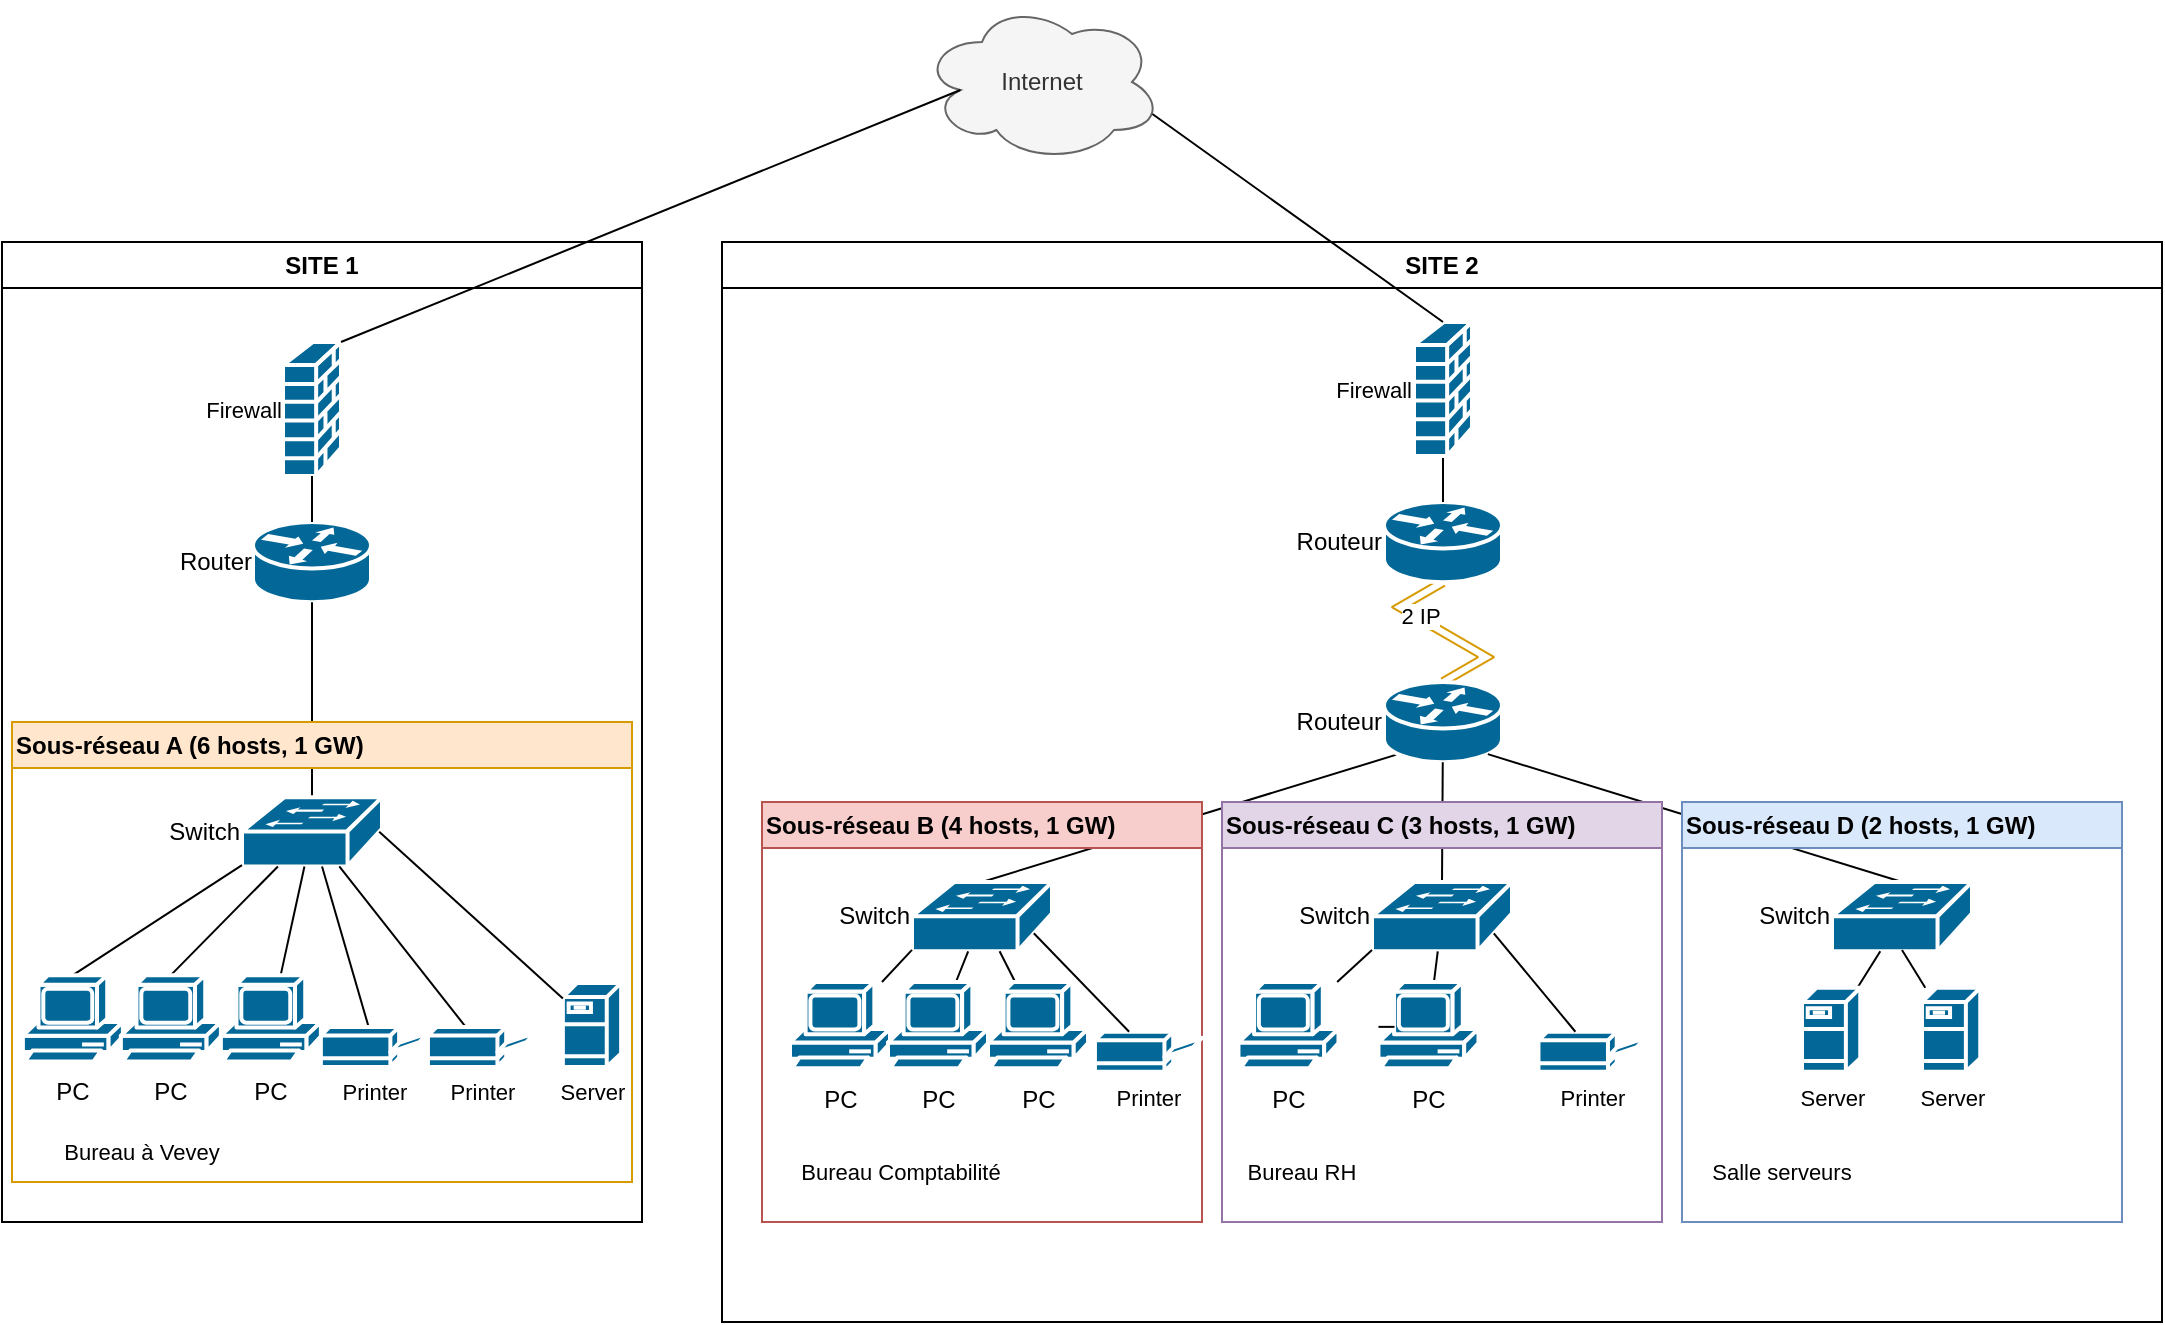
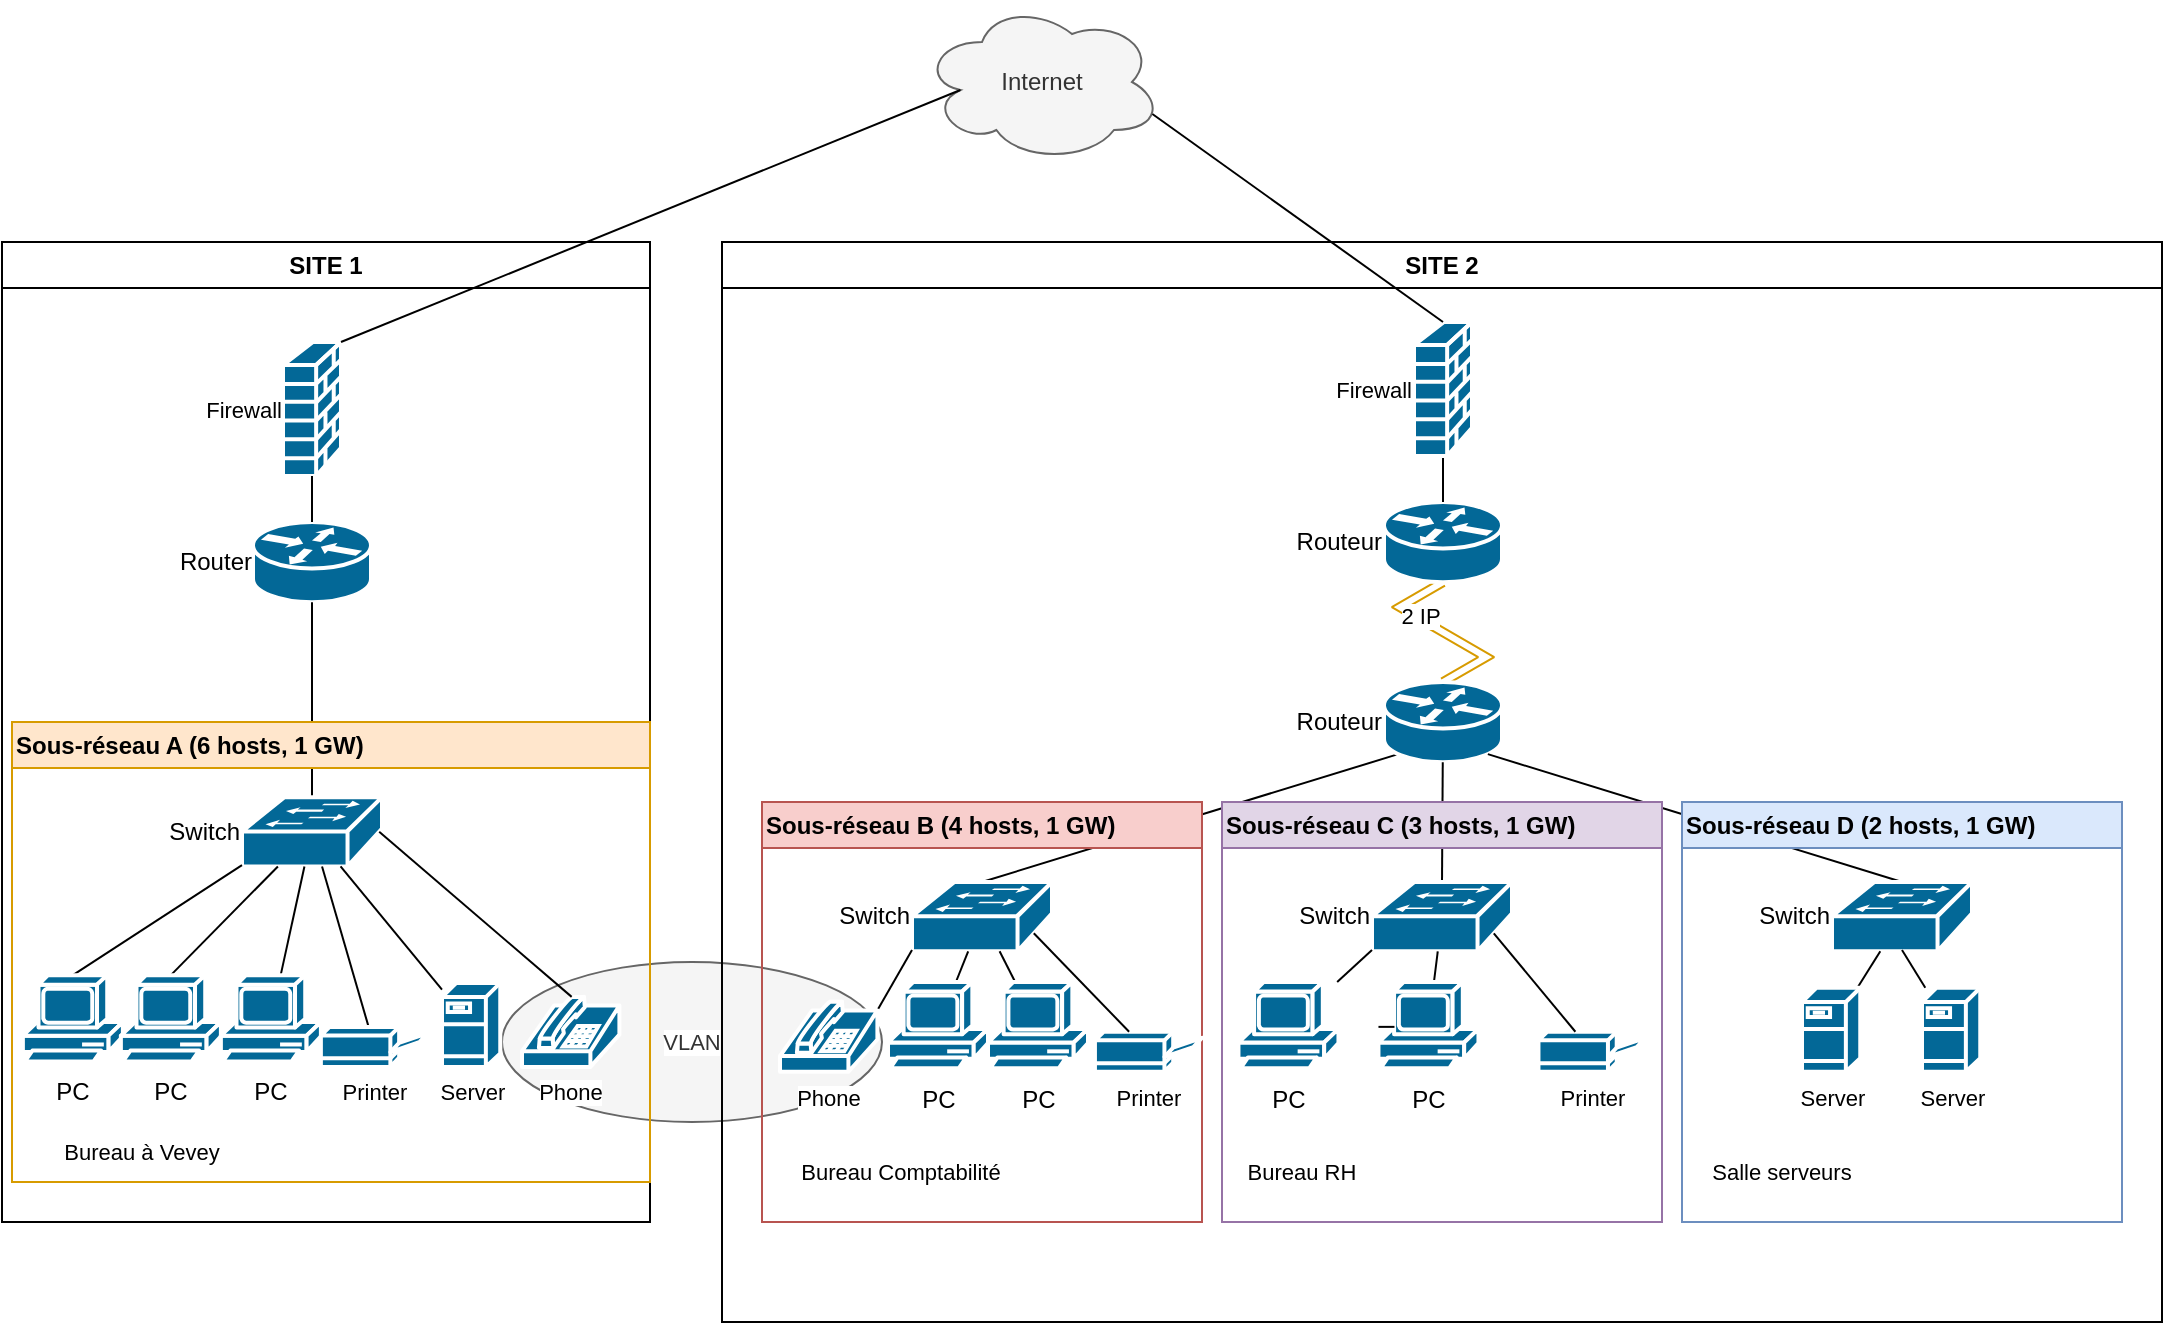
<mxfile host="app.diagrams.net">
  <diagram name="Page-1" id="ekn4VuCVdfrbBKzGEbSc">
-     <mxGraphModel dx="1768" dy="870" grid="1" gridSize="10" guides="1" tooltips="1" connect="1" arrows="1" fold="1" page="1" pageScale="1" pageWidth="827" pageHeight="1169" math="0" shadow="0">
+     <mxGraphModel dx="2175" dy="1071" grid="1" gridSize="10" guides="1" tooltips="1" connect="1" arrows="1" fold="1" page="1" pageScale="1" pageWidth="827" pageHeight="1169" math="0" shadow="0">
      <root>
        <mxCell id="0" />
        <mxCell id="1" parent="0" />
        <mxCell id="f7Ks8EoNQ2PZTetNXwv1-2496" parent="1" style="ellipse;shape=cloud;whiteSpace=wrap;html=1;fillColor=#f5f5f5;fontColor=#333333;strokeColor=#666666;" value="Internet" vertex="1">
          <mxGeometry height="80" width="120" x="730" y="90" as="geometry" />
        </mxCell>
+         <mxCell id="mVMcnRNJooNBmQ9YAk_B-110" parent="1" style="ellipse;whiteSpace=wrap;html=1;fontFamily=Helvetica;fontSize=11;labelBackgroundColor=default;fillColor=#f5f5f5;strokeColor=#666666;fontColor=#333333;" value="VLAN" vertex="1">
+           <mxGeometry height="80" width="190" x="520" y="570" as="geometry" />
+         </mxCell>
        <mxCell id="f7Ks8EoNQ2PZTetNXwv1-2497" parent="1" style="swimlane;whiteSpace=wrap;html=1;startSize=23;" value="SITE 1" vertex="1">
-           <mxGeometry height="490" width="320" x="270" y="210" as="geometry" />
+           <mxGeometry height="490" width="324" x="270" y="210" as="geometry" />
        </mxCell>
        <mxCell id="f7Ks8EoNQ2PZTetNXwv1-2548" parent="f7Ks8EoNQ2PZTetNXwv1-2497" style="strokeColor=#ffffff;sketch=0;html=1;pointerEvents=1;dashed=0;fillColor=#036897;strokeWidth=2;verticalLabelPosition=middle;verticalAlign=middle;align=right;outlineConnect=0;shape=mxgraph.cisco.routers.router;labelBackgroundColor=none;labelPosition=left;" value="Router" vertex="1">
          <mxGeometry height="40.09" width="59" x="125.5" y="140" as="geometry" />
        </mxCell>
        <mxCell id="f7Ks8EoNQ2PZTetNXwv1-2555" edge="1" parent="f7Ks8EoNQ2PZTetNXwv1-2497" source="mVMcnRNJooNBmQ9YAk_B-56" style="edgeStyle=orthogonalEdgeStyle;rounded=0;orthogonalLoop=1;jettySize=auto;html=1;entryX=0.5;entryY=1;entryDx=0;entryDy=0;entryPerimeter=0;endArrow=none;endFill=0;" target="f7Ks8EoNQ2PZTetNXwv1-2548">
          <mxGeometry relative="1" as="geometry">
            <mxPoint x="160.0666666666666" y="130" as="sourcePoint" />
          </mxGeometry>
        </mxCell>
        <mxCell id="mVMcnRNJooNBmQ9YAk_B-55" parent="f7Ks8EoNQ2PZTetNXwv1-2497" style="swimlane;whiteSpace=wrap;html=1;align=left;fillColor=#ffe6cc;strokeColor=#d79b00;" value="&lt;div align=&quot;left&quot;&gt;Sous-réseau A (6 hosts, 1 GW)&lt;/div&gt;" vertex="1">
-           <mxGeometry height="230" width="310" x="5" y="240" as="geometry" />
+           <mxGeometry height="230" width="319" x="5" y="240" as="geometry" />
        </mxCell>
        <mxCell id="mVMcnRNJooNBmQ9YAk_B-56" parent="mVMcnRNJooNBmQ9YAk_B-55" style="strokeColor=#ffffff;sketch=0;html=1;pointerEvents=1;dashed=0;fillColor=#036897;strokeWidth=2;verticalLabelPosition=middle;verticalAlign=middle;align=right;outlineConnect=0;shape=mxgraph.cisco.switches.workgroup_switch;labelPosition=left;" value="Switch" vertex="1">
          <mxGeometry height="34.65" width="70" x="115" y="37.57" as="geometry" />
        </mxCell>
        <mxCell id="mVMcnRNJooNBmQ9YAk_B-57" edge="1" parent="mVMcnRNJooNBmQ9YAk_B-55" source="mVMcnRNJooNBmQ9YAk_B-58" style="rounded=0;orthogonalLoop=1;jettySize=auto;html=1;startArrow=none;startFill=0;endArrow=none;endFill=0;entryX=0;entryY=0.98;entryDx=0;entryDy=0;entryPerimeter=0;exitX=0.5;exitY=0;exitDx=0;exitDy=0;exitPerimeter=0;" target="mVMcnRNJooNBmQ9YAk_B-56">
          <mxGeometry relative="1" as="geometry" />
        </mxCell>
        <mxCell id="mVMcnRNJooNBmQ9YAk_B-58" parent="mVMcnRNJooNBmQ9YAk_B-55" style="sketch=0;html=1;pointerEvents=1;dashed=0;fillColor=#036897;strokeColor=#ffffff;strokeWidth=2;verticalLabelPosition=bottom;verticalAlign=top;align=center;outlineConnect=0;shape=mxgraph.cisco.computers_and_peripherals.pc;" value="PC" vertex="1">
          <mxGeometry height="44.87" width="50" x="5.439999999999997" y="126.57" as="geometry" />
        </mxCell>
        <mxCell id="mVMcnRNJooNBmQ9YAk_B-59" edge="1" parent="mVMcnRNJooNBmQ9YAk_B-55" source="mVMcnRNJooNBmQ9YAk_B-60" style="rounded=0;orthogonalLoop=1;jettySize=auto;html=1;endArrow=none;endFill=0;exitX=0.5;exitY=0;exitDx=0;exitDy=0;exitPerimeter=0;" target="mVMcnRNJooNBmQ9YAk_B-56">
          <mxGeometry relative="1" as="geometry" />
        </mxCell>
        <mxCell id="mVMcnRNJooNBmQ9YAk_B-60" parent="mVMcnRNJooNBmQ9YAk_B-55" style="sketch=0;html=1;pointerEvents=1;dashed=0;fillColor=#036897;strokeColor=#ffffff;strokeWidth=2;verticalLabelPosition=bottom;verticalAlign=top;align=center;outlineConnect=0;shape=mxgraph.cisco.computers_and_peripherals.pc;" value="PC" vertex="1">
          <mxGeometry height="44.87" width="50" x="54.44" y="126.57" as="geometry" />
        </mxCell>
        <mxCell id="mVMcnRNJooNBmQ9YAk_B-61" edge="1" parent="mVMcnRNJooNBmQ9YAk_B-55" source="mVMcnRNJooNBmQ9YAk_B-62" style="edgeStyle=none;shape=connector;rounded=0;orthogonalLoop=1;jettySize=auto;html=1;strokeColor=default;align=center;verticalAlign=middle;fontFamily=Helvetica;fontSize=11;fontColor=default;labelBackgroundColor=default;endArrow=none;endFill=0;" target="mVMcnRNJooNBmQ9YAk_B-56">
          <mxGeometry relative="1" as="geometry" />
        </mxCell>
        <mxCell id="mVMcnRNJooNBmQ9YAk_B-62" parent="mVMcnRNJooNBmQ9YAk_B-55" style="sketch=0;html=1;pointerEvents=1;dashed=0;fillColor=#036897;strokeColor=#ffffff;strokeWidth=2;verticalLabelPosition=bottom;verticalAlign=top;align=center;outlineConnect=0;shape=mxgraph.cisco.computers_and_peripherals.pc;" value="PC" vertex="1">
          <mxGeometry height="44.87" width="50" x="104.44" y="126.57" as="geometry" />
        </mxCell>
-         <mxCell id="mVMcnRNJooNBmQ9YAk_B-63" edge="1" parent="mVMcnRNJooNBmQ9YAk_B-55" source="mVMcnRNJooNBmQ9YAk_B-64" style="edgeStyle=none;shape=connector;rounded=0;orthogonalLoop=1;jettySize=auto;html=1;strokeColor=default;align=center;verticalAlign=middle;fontFamily=Helvetica;fontSize=11;fontColor=default;labelBackgroundColor=default;endArrow=none;endFill=0;" target="mVMcnRNJooNBmQ9YAk_B-56">
-           <mxGeometry relative="1" as="geometry" />
-         </mxCell>
-         <mxCell id="mVMcnRNJooNBmQ9YAk_B-64" parent="mVMcnRNJooNBmQ9YAk_B-55" style="sketch=0;html=1;pointerEvents=1;dashed=0;fillColor=#036897;strokeColor=#ffffff;strokeWidth=2;verticalLabelPosition=bottom;verticalAlign=top;align=center;outlineConnect=0;shape=mxgraph.cisco.computers_and_peripherals.printer;fontFamily=Helvetica;fontSize=11;fontColor=default;labelBackgroundColor=default;" value="Printer" vertex="1">
-           <mxGeometry height="20" width="53.53" x="207.96999999999997" y="152.44" as="geometry" />
-         </mxCell>
        <mxCell id="mVMcnRNJooNBmQ9YAk_B-65" edge="1" parent="mVMcnRNJooNBmQ9YAk_B-55" source="mVMcnRNJooNBmQ9YAk_B-66" style="edgeStyle=none;shape=connector;rounded=0;orthogonalLoop=1;jettySize=auto;html=1;strokeColor=default;align=center;verticalAlign=middle;fontFamily=Helvetica;fontSize=11;fontColor=default;labelBackgroundColor=default;endArrow=none;endFill=0;" target="mVMcnRNJooNBmQ9YAk_B-56">
          <mxGeometry relative="1" as="geometry" />
        </mxCell>
        <mxCell id="mVMcnRNJooNBmQ9YAk_B-66" parent="mVMcnRNJooNBmQ9YAk_B-55" style="sketch=0;html=1;pointerEvents=1;dashed=0;fillColor=#036897;strokeColor=#ffffff;strokeWidth=2;verticalLabelPosition=bottom;verticalAlign=top;align=center;outlineConnect=0;shape=mxgraph.cisco.computers_and_peripherals.printer;fontFamily=Helvetica;fontSize=11;fontColor=default;labelBackgroundColor=default;" value="Printer" vertex="1">
          <mxGeometry height="20" width="53.53" x="154.44" y="152.44" as="geometry" />
        </mxCell>
        <mxCell id="mVMcnRNJooNBmQ9YAk_B-67" parent="mVMcnRNJooNBmQ9YAk_B-55" style="strokeColor=#ffffff;sketch=0;html=1;pointerEvents=1;dashed=0;fillColor=#036897;strokeWidth=2;verticalLabelPosition=bottom;verticalAlign=top;align=center;outlineConnect=0;shape=mxgraph.cisco.servers.fileserver;fontFamily=Helvetica;fontSize=11;fontColor=default;labelBackgroundColor=default;" value="Server" vertex="1">
-           <mxGeometry height="42" width="29.13" x="275.44" y="130.44" as="geometry" />
-         </mxCell>
-         <mxCell id="mVMcnRNJooNBmQ9YAk_B-68" edge="1" parent="mVMcnRNJooNBmQ9YAk_B-55" source="mVMcnRNJooNBmQ9YAk_B-67" style="edgeStyle=none;shape=connector;rounded=0;orthogonalLoop=1;jettySize=auto;html=1;entryX=0.98;entryY=0.5;entryDx=0;entryDy=0;entryPerimeter=0;strokeColor=default;align=center;verticalAlign=middle;fontFamily=Helvetica;fontSize=11;fontColor=default;labelBackgroundColor=default;endArrow=none;endFill=0;" target="mVMcnRNJooNBmQ9YAk_B-56">
+           <mxGeometry height="42" width="29.13" x="215" y="130.44" as="geometry" />
+         </mxCell>
+         <mxCell id="mVMcnRNJooNBmQ9YAk_B-68" edge="1" parent="mVMcnRNJooNBmQ9YAk_B-55" source="mVMcnRNJooNBmQ9YAk_B-67" style="edgeStyle=none;shape=connector;rounded=0;orthogonalLoop=1;jettySize=auto;html=1;strokeColor=default;align=center;verticalAlign=middle;fontFamily=Helvetica;fontSize=11;fontColor=default;labelBackgroundColor=default;endArrow=none;endFill=0;" target="mVMcnRNJooNBmQ9YAk_B-56">
          <mxGeometry relative="1" as="geometry" />
        </mxCell>
        <mxCell id="mVMcnRNJooNBmQ9YAk_B-103" parent="mVMcnRNJooNBmQ9YAk_B-55" style="text;html=1;whiteSpace=wrap;strokeColor=none;fillColor=none;align=center;verticalAlign=middle;rounded=0;fontFamily=Helvetica;fontSize=11;fontColor=default;labelBackgroundColor=default;" value="Bureau à Vevey" vertex="1">
          <mxGeometry height="30" width="120" x="5.439999999999998" y="200" as="geometry" />
+         </mxCell>
+         <mxCell id="mVMcnRNJooNBmQ9YAk_B-104" parent="mVMcnRNJooNBmQ9YAk_B-55" style="sketch=0;html=1;pointerEvents=1;dashed=0;fillColor=#036897;strokeColor=#ffffff;strokeWidth=2;verticalLabelPosition=bottom;verticalAlign=top;align=center;outlineConnect=0;shape=mxgraph.cisco.modems_and_phones.phone;fontFamily=Helvetica;fontSize=11;fontColor=default;labelBackgroundColor=default;" value="Phone" vertex="1">
+           <mxGeometry height="35" width="48.7" x="255" y="137.44" as="geometry" />
+         </mxCell>
+         <mxCell id="mVMcnRNJooNBmQ9YAk_B-106" edge="1" parent="mVMcnRNJooNBmQ9YAk_B-55" source="mVMcnRNJooNBmQ9YAk_B-104" style="edgeStyle=none;shape=connector;rounded=0;orthogonalLoop=1;jettySize=auto;html=1;entryX=0.98;entryY=0.5;entryDx=0;entryDy=0;entryPerimeter=0;strokeColor=default;align=center;verticalAlign=middle;fontFamily=Helvetica;fontSize=11;fontColor=default;labelBackgroundColor=default;endArrow=none;endFill=0;exitX=0.51;exitY=0;exitDx=0;exitDy=0;exitPerimeter=0;" target="mVMcnRNJooNBmQ9YAk_B-56">
+           <mxGeometry relative="1" as="geometry" />
        </mxCell>
        <mxCell id="mVMcnRNJooNBmQ9YAk_B-94" parent="f7Ks8EoNQ2PZTetNXwv1-2497" style="strokeColor=#ffffff;sketch=0;html=1;pointerEvents=1;dashed=0;fillColor=#036897;strokeWidth=2;verticalLabelPosition=middle;verticalAlign=middle;align=right;outlineConnect=0;shape=mxgraph.cisco.security.firewall;fontFamily=Helvetica;fontSize=11;fontColor=default;labelBackgroundColor=default;labelPosition=left;" value="Firewall" vertex="1">
          <mxGeometry height="67" width="28.999999999999996" x="140.5" y="50" as="geometry" />
        </mxCell>
        <mxCell id="mVMcnRNJooNBmQ9YAk_B-96" edge="1" parent="f7Ks8EoNQ2PZTetNXwv1-2497" source="f7Ks8EoNQ2PZTetNXwv1-2548" style="edgeStyle=none;shape=connector;rounded=0;orthogonalLoop=1;jettySize=auto;html=1;entryX=0.5;entryY=1;entryDx=0;entryDy=0;entryPerimeter=0;strokeColor=default;align=center;verticalAlign=middle;fontFamily=Helvetica;fontSize=11;fontColor=default;labelBackgroundColor=default;endArrow=none;endFill=0;" target="mVMcnRNJooNBmQ9YAk_B-94">
          <mxGeometry relative="1" as="geometry" />
        </mxCell>
        <mxCell id="f7Ks8EoNQ2PZTetNXwv1-2513" parent="1" style="swimlane;whiteSpace=wrap;html=1;startSize=23;" value="SITE 2" vertex="1">
          <mxGeometry height="540" width="720" x="630" y="210" as="geometry">
            <mxRectangle height="30" width="80" x="380" y="190" as="alternateBounds" />
          </mxGeometry>
        </mxCell>
        <mxCell id="mVMcnRNJooNBmQ9YAk_B-17" edge="1" parent="f7Ks8EoNQ2PZTetNXwv1-2513" source="f7Ks8EoNQ2PZTetNXwv1-2563" style="edgeStyle=isometricEdgeStyle;shape=link;rounded=0;orthogonalLoop=1;jettySize=auto;html=1;strokeColor=#d79b00;align=center;verticalAlign=middle;fontFamily=Helvetica;fontSize=11;fontColor=default;labelBackgroundColor=default;endArrow=none;endFill=0;exitX=0.5;exitY=1;exitDx=0;exitDy=0;exitPerimeter=0;elbow=horizontal;entryX=0.5;entryY=0;entryDx=0;entryDy=0;entryPerimeter=0;fillColor=#ffe6cc;" target="mVMcnRNJooNBmQ9YAk_B-3">
          <mxGeometry relative="1" as="geometry" />
        </mxCell>
        <mxCell id="mVMcnRNJooNBmQ9YAk_B-99" connectable="0" parent="mVMcnRNJooNBmQ9YAk_B-17" style="edgeLabel;html=1;align=center;verticalAlign=middle;resizable=0;points=[];fontFamily=Helvetica;fontSize=11;fontColor=default;labelBackgroundColor=default;" value="2 IP" vertex="1">
          <mxGeometry relative="1" x="-0.2751" y="1" as="geometry">
            <mxPoint as="offset" />
          </mxGeometry>
        </mxCell>
        <mxCell id="f7Ks8EoNQ2PZTetNXwv1-2563" parent="f7Ks8EoNQ2PZTetNXwv1-2513" style="strokeColor=#ffffff;sketch=0;html=1;pointerEvents=1;dashed=0;fillColor=#036897;strokeWidth=2;verticalLabelPosition=middle;verticalAlign=middle;align=right;outlineConnect=0;shape=mxgraph.cisco.routers.router;labelBackgroundColor=none;labelPosition=left;" value="&lt;span style=&quot;&quot;&gt;Routeur&lt;/span&gt;" vertex="1">
          <mxGeometry height="40.09" width="59" x="331" y="130" as="geometry" />
        </mxCell>
        <mxCell id="mVMcnRNJooNBmQ9YAk_B-19" edge="1" parent="f7Ks8EoNQ2PZTetNXwv1-2513" source="mVMcnRNJooNBmQ9YAk_B-3" style="edgeStyle=none;shape=connector;rounded=0;orthogonalLoop=1;jettySize=auto;html=1;strokeColor=default;align=center;verticalAlign=middle;fontFamily=Helvetica;fontSize=11;fontColor=default;labelBackgroundColor=default;endArrow=none;endFill=0;entryX=0.5;entryY=0;entryDx=0;entryDy=0;entryPerimeter=0;exitX=0.12;exitY=0.9;exitDx=0;exitDy=0;exitPerimeter=0;" target="mVMcnRNJooNBmQ9YAk_B-70">
          <mxGeometry relative="1" as="geometry">
            <mxPoint x="130" y="260.0899999999999" as="sourcePoint" />
            <mxPoint x="130" y="320" as="targetPoint" />
          </mxGeometry>
        </mxCell>
        <mxCell id="mVMcnRNJooNBmQ9YAk_B-3" parent="f7Ks8EoNQ2PZTetNXwv1-2513" style="strokeColor=#ffffff;sketch=0;html=1;pointerEvents=1;dashed=0;fillColor=#036897;strokeWidth=2;verticalLabelPosition=middle;verticalAlign=middle;align=right;outlineConnect=0;shape=mxgraph.cisco.routers.router;labelBackgroundColor=none;labelPosition=left;" value="&lt;span style=&quot;&quot;&gt;Routeur&lt;/span&gt;" vertex="1">
          <mxGeometry height="40.09" width="59" x="331" y="220" as="geometry" />
        </mxCell>
        <mxCell id="mVMcnRNJooNBmQ9YAk_B-7" edge="1" parent="f7Ks8EoNQ2PZTetNXwv1-2513" source="mVMcnRNJooNBmQ9YAk_B-6" style="edgeStyle=none;shape=connector;rounded=0;orthogonalLoop=1;jettySize=auto;html=1;strokeColor=default;align=center;verticalAlign=middle;fontFamily=Helvetica;fontSize=11;fontColor=default;labelBackgroundColor=default;endArrow=none;endFill=0;" target="f7Ks8EoNQ2PZTetNXwv1-2563">
          <mxGeometry relative="1" as="geometry" />
        </mxCell>
        <mxCell id="mVMcnRNJooNBmQ9YAk_B-6" parent="f7Ks8EoNQ2PZTetNXwv1-2513" style="strokeColor=#ffffff;sketch=0;html=1;pointerEvents=1;dashed=0;fillColor=#036897;strokeWidth=2;verticalLabelPosition=middle;verticalAlign=middle;align=right;outlineConnect=0;shape=mxgraph.cisco.security.firewall;fontFamily=Helvetica;fontSize=11;fontColor=default;labelBackgroundColor=default;labelPosition=left;" value="Firewall" vertex="1">
          <mxGeometry height="67" width="28.999999999999996" x="346" y="40" as="geometry" />
        </mxCell>
        <mxCell id="mVMcnRNJooNBmQ9YAk_B-20" edge="1" parent="f7Ks8EoNQ2PZTetNXwv1-2513" source="mVMcnRNJooNBmQ9YAk_B-3" style="edgeStyle=none;shape=connector;rounded=0;orthogonalLoop=1;jettySize=auto;html=1;entryX=0.5;entryY=0;entryDx=0;entryDy=0;entryPerimeter=0;strokeColor=default;align=center;verticalAlign=middle;fontFamily=Helvetica;fontSize=11;fontColor=default;labelBackgroundColor=default;endArrow=none;endFill=0;" target="mVMcnRNJooNBmQ9YAk_B-80">
          <mxGeometry relative="1" as="geometry">
            <mxPoint x="360" y="320" as="targetPoint" />
          </mxGeometry>
        </mxCell>
        <mxCell id="mVMcnRNJooNBmQ9YAk_B-21" edge="1" parent="f7Ks8EoNQ2PZTetNXwv1-2513" source="mVMcnRNJooNBmQ9YAk_B-3" style="edgeStyle=none;shape=connector;rounded=0;orthogonalLoop=1;jettySize=auto;html=1;entryX=0.5;entryY=0;entryDx=0;entryDy=0;entryPerimeter=0;strokeColor=default;align=center;verticalAlign=middle;fontFamily=Helvetica;fontSize=11;fontColor=default;labelBackgroundColor=default;endArrow=none;endFill=0;exitX=0.88;exitY=0.9;exitDx=0;exitDy=0;exitPerimeter=0;" target="mVMcnRNJooNBmQ9YAk_B-89">
          <mxGeometry relative="1" as="geometry">
            <mxPoint x="590" y="260.0899999999999" as="sourcePoint" />
            <mxPoint x="590" y="320" as="targetPoint" />
          </mxGeometry>
        </mxCell>
        <mxCell id="mVMcnRNJooNBmQ9YAk_B-69" parent="f7Ks8EoNQ2PZTetNXwv1-2513" style="swimlane;whiteSpace=wrap;html=1;align=left;fillColor=#f8cecc;strokeColor=#b85450;" value="&lt;div align=&quot;left&quot;&gt;Sous-réseau B (4 hosts, 1 GW)&lt;/div&gt;" vertex="1">
          <mxGeometry height="210" width="220" x="20" y="280" as="geometry" />
        </mxCell>
        <mxCell id="mVMcnRNJooNBmQ9YAk_B-70" parent="mVMcnRNJooNBmQ9YAk_B-69" style="strokeColor=#ffffff;sketch=0;html=1;pointerEvents=1;dashed=0;fillColor=#036897;strokeWidth=2;verticalLabelPosition=middle;verticalAlign=middle;align=right;outlineConnect=0;shape=mxgraph.cisco.switches.workgroup_switch;labelPosition=left;" value="Switch" vertex="1">
          <mxGeometry height="34.65" width="70" x="75" y="40" as="geometry" />
        </mxCell>
-         <mxCell id="mVMcnRNJooNBmQ9YAk_B-71" parent="mVMcnRNJooNBmQ9YAk_B-69" style="sketch=0;html=1;pointerEvents=1;dashed=0;fillColor=#036897;strokeColor=#ffffff;strokeWidth=2;verticalLabelPosition=bottom;verticalAlign=top;align=center;outlineConnect=0;shape=mxgraph.cisco.computers_and_peripherals.pc;" value="PC" vertex="1">
-           <mxGeometry height="44.87" width="50" x="14" y="90" as="geometry" />
-         </mxCell>
        <mxCell id="mVMcnRNJooNBmQ9YAk_B-72" edge="1" parent="mVMcnRNJooNBmQ9YAk_B-69" source="mVMcnRNJooNBmQ9YAk_B-73" style="edgeStyle=none;shape=connector;rounded=0;orthogonalLoop=1;jettySize=auto;html=1;strokeColor=default;align=center;verticalAlign=middle;fontFamily=Helvetica;fontSize=11;fontColor=default;labelBackgroundColor=default;endArrow=none;endFill=0;" target="mVMcnRNJooNBmQ9YAk_B-70" value="">
          <mxGeometry relative="1" as="geometry" />
        </mxCell>
        <mxCell id="mVMcnRNJooNBmQ9YAk_B-73" parent="mVMcnRNJooNBmQ9YAk_B-69" style="sketch=0;html=1;pointerEvents=1;dashed=0;fillColor=#036897;strokeColor=#ffffff;strokeWidth=2;verticalLabelPosition=bottom;verticalAlign=top;align=center;outlineConnect=0;shape=mxgraph.cisco.computers_and_peripherals.pc;" value="PC" vertex="1">
          <mxGeometry height="44.87" width="50" x="63" y="90" as="geometry" />
        </mxCell>
        <mxCell id="mVMcnRNJooNBmQ9YAk_B-74" edge="1" parent="mVMcnRNJooNBmQ9YAk_B-69" source="mVMcnRNJooNBmQ9YAk_B-75" style="edgeStyle=none;shape=connector;rounded=0;orthogonalLoop=1;jettySize=auto;html=1;strokeColor=default;align=center;verticalAlign=middle;fontFamily=Helvetica;fontSize=11;fontColor=default;labelBackgroundColor=default;endArrow=none;endFill=0;" target="mVMcnRNJooNBmQ9YAk_B-70">
          <mxGeometry relative="1" as="geometry" />
        </mxCell>
        <mxCell id="mVMcnRNJooNBmQ9YAk_B-75" parent="mVMcnRNJooNBmQ9YAk_B-69" style="sketch=0;html=1;pointerEvents=1;dashed=0;fillColor=#036897;strokeColor=#ffffff;strokeWidth=2;verticalLabelPosition=bottom;verticalAlign=top;align=center;outlineConnect=0;shape=mxgraph.cisco.computers_and_peripherals.pc;" value="PC" vertex="1">
          <mxGeometry height="44.87" width="50" x="113" y="90" as="geometry" />
        </mxCell>
        <mxCell id="mVMcnRNJooNBmQ9YAk_B-76" parent="mVMcnRNJooNBmQ9YAk_B-69" style="sketch=0;html=1;pointerEvents=1;dashed=0;fillColor=#036897;strokeColor=#ffffff;strokeWidth=2;verticalLabelPosition=bottom;verticalAlign=top;align=center;outlineConnect=0;shape=mxgraph.cisco.computers_and_peripherals.printer;fontFamily=Helvetica;fontSize=11;fontColor=default;labelBackgroundColor=default;" value="Printer" vertex="1">
          <mxGeometry height="20" width="53.53" x="166.47000000000003" y="114.87" as="geometry" />
        </mxCell>
-         <mxCell id="mVMcnRNJooNBmQ9YAk_B-77" edge="1" parent="mVMcnRNJooNBmQ9YAk_B-69" source="mVMcnRNJooNBmQ9YAk_B-71" style="edgeStyle=none;shape=connector;rounded=0;orthogonalLoop=1;jettySize=auto;html=1;entryX=0;entryY=0.98;entryDx=0;entryDy=0;entryPerimeter=0;strokeColor=default;align=center;verticalAlign=middle;fontFamily=Helvetica;fontSize=11;fontColor=default;labelBackgroundColor=default;endArrow=none;endFill=0;" target="mVMcnRNJooNBmQ9YAk_B-70">
-           <mxGeometry relative="1" as="geometry" />
+         <mxCell id="mVMcnRNJooNBmQ9YAk_B-77" edge="1" parent="mVMcnRNJooNBmQ9YAk_B-69" source="mVMcnRNJooNBmQ9YAk_B-105" style="edgeStyle=none;shape=connector;rounded=0;orthogonalLoop=1;jettySize=auto;html=1;entryX=0;entryY=0.98;entryDx=0;entryDy=0;entryPerimeter=0;strokeColor=default;align=center;verticalAlign=middle;fontFamily=Helvetica;fontSize=11;fontColor=default;labelBackgroundColor=default;endArrow=none;endFill=0;exitX=1;exitY=0.12;exitDx=0;exitDy=0;exitPerimeter=0;" target="mVMcnRNJooNBmQ9YAk_B-70">
+           <mxGeometry relative="1" as="geometry">
+             <mxPoint x="59.990176204584714" y="90" as="sourcePoint" />
+           </mxGeometry>
        </mxCell>
        <mxCell id="mVMcnRNJooNBmQ9YAk_B-78" edge="1" parent="mVMcnRNJooNBmQ9YAk_B-69" source="mVMcnRNJooNBmQ9YAk_B-76" style="edgeStyle=none;shape=connector;rounded=0;orthogonalLoop=1;jettySize=auto;html=1;entryX=0.87;entryY=0.74;entryDx=0;entryDy=0;entryPerimeter=0;strokeColor=default;align=center;verticalAlign=middle;fontFamily=Helvetica;fontSize=11;fontColor=default;labelBackgroundColor=default;endArrow=none;endFill=0;" target="mVMcnRNJooNBmQ9YAk_B-70">
          <mxGeometry relative="1" as="geometry" />
        </mxCell>
        <mxCell id="mVMcnRNJooNBmQ9YAk_B-100" parent="mVMcnRNJooNBmQ9YAk_B-69" style="text;html=1;whiteSpace=wrap;strokeColor=none;fillColor=none;align=center;verticalAlign=middle;rounded=0;fontFamily=Helvetica;fontSize=11;fontColor=default;labelBackgroundColor=default;" value="Bureau Comptabilité" vertex="1">
          <mxGeometry height="30" width="121" x="9" y="170" as="geometry" />
+         </mxCell>
+         <mxCell id="mVMcnRNJooNBmQ9YAk_B-105" parent="mVMcnRNJooNBmQ9YAk_B-69" style="sketch=0;html=1;pointerEvents=1;dashed=0;fillColor=#036897;strokeColor=#ffffff;strokeWidth=2;verticalLabelPosition=bottom;verticalAlign=top;align=center;outlineConnect=0;shape=mxgraph.cisco.modems_and_phones.phone;fontFamily=Helvetica;fontSize=11;fontColor=default;labelBackgroundColor=default;" value="Phone" vertex="1">
+           <mxGeometry height="35" width="48.7" x="9" y="99.87" as="geometry" />
        </mxCell>
        <mxCell id="mVMcnRNJooNBmQ9YAk_B-79" parent="f7Ks8EoNQ2PZTetNXwv1-2513" style="swimlane;whiteSpace=wrap;html=1;align=left;fillColor=#e1d5e7;strokeColor=#9673a6;" value="&lt;div align=&quot;left&quot;&gt;Sous-réseau C (3 hosts, 1 GW)&lt;/div&gt;" vertex="1">
          <mxGeometry height="210" width="220" x="250" y="280" as="geometry" />
        </mxCell>
        <mxCell id="mVMcnRNJooNBmQ9YAk_B-80" parent="mVMcnRNJooNBmQ9YAk_B-79" style="strokeColor=#ffffff;sketch=0;html=1;pointerEvents=1;dashed=0;fillColor=#036897;strokeWidth=2;verticalLabelPosition=middle;verticalAlign=middle;align=right;outlineConnect=0;shape=mxgraph.cisco.switches.workgroup_switch;labelPosition=left;" value="Switch" vertex="1">
          <mxGeometry height="34.65" width="70" x="75" y="40" as="geometry" />
        </mxCell>
        <mxCell id="mVMcnRNJooNBmQ9YAk_B-81" edge="1" parent="mVMcnRNJooNBmQ9YAk_B-79" source="mVMcnRNJooNBmQ9YAk_B-82" style="edgeStyle=none;shape=connector;rounded=0;orthogonalLoop=1;jettySize=auto;html=1;strokeColor=default;align=center;verticalAlign=middle;fontFamily=Helvetica;fontSize=11;fontColor=default;labelBackgroundColor=default;endArrow=none;endFill=0;entryX=0;entryY=0.98;entryDx=0;entryDy=0;entryPerimeter=0;" target="mVMcnRNJooNBmQ9YAk_B-80">
          <mxGeometry relative="1" as="geometry" />
        </mxCell>
        <mxCell id="mVMcnRNJooNBmQ9YAk_B-82" parent="mVMcnRNJooNBmQ9YAk_B-79" style="sketch=0;html=1;pointerEvents=1;dashed=0;fillColor=#036897;strokeColor=#ffffff;strokeWidth=2;verticalLabelPosition=bottom;verticalAlign=top;align=center;outlineConnect=0;shape=mxgraph.cisco.computers_and_peripherals.pc;" value="PC" vertex="1">
          <mxGeometry height="44.87" width="50" x="8.23" y="90" as="geometry" />
        </mxCell>
        <mxCell id="mVMcnRNJooNBmQ9YAk_B-83" edge="1" parent="mVMcnRNJooNBmQ9YAk_B-79" source="mVMcnRNJooNBmQ9YAk_B-84" style="edgeStyle=none;shape=connector;rounded=0;orthogonalLoop=1;jettySize=auto;html=1;strokeColor=default;align=center;verticalAlign=middle;fontFamily=Helvetica;fontSize=11;fontColor=default;labelBackgroundColor=default;endArrow=none;endFill=0;" target="mVMcnRNJooNBmQ9YAk_B-80">
          <mxGeometry relative="1" as="geometry" />
        </mxCell>
        <mxCell id="mVMcnRNJooNBmQ9YAk_B-84" parent="mVMcnRNJooNBmQ9YAk_B-79" style="sketch=0;html=1;pointerEvents=1;dashed=0;fillColor=#036897;strokeColor=#ffffff;strokeWidth=2;verticalLabelPosition=bottom;verticalAlign=top;align=center;outlineConnect=0;shape=mxgraph.cisco.computers_and_peripherals.pc;" value="PC" vertex="1">
          <mxGeometry height="44.87" width="50" x="78.23" y="90" as="geometry" />
        </mxCell>
        <mxCell id="mVMcnRNJooNBmQ9YAk_B-85" edge="1" parent="mVMcnRNJooNBmQ9YAk_B-79" source="mVMcnRNJooNBmQ9YAk_B-84" style="edgeStyle=none;shape=connector;rounded=0;orthogonalLoop=1;jettySize=auto;html=1;exitX=0.16;exitY=0.5;exitDx=0;exitDy=0;exitPerimeter=0;strokeColor=default;align=center;verticalAlign=middle;fontFamily=Helvetica;fontSize=11;fontColor=default;labelBackgroundColor=default;endArrow=none;endFill=0;" target="mVMcnRNJooNBmQ9YAk_B-84">
          <mxGeometry relative="1" as="geometry" />
        </mxCell>
        <mxCell id="mVMcnRNJooNBmQ9YAk_B-86" parent="mVMcnRNJooNBmQ9YAk_B-79" style="sketch=0;html=1;pointerEvents=1;dashed=0;fillColor=#036897;strokeColor=#ffffff;strokeWidth=2;verticalLabelPosition=bottom;verticalAlign=top;align=center;outlineConnect=0;shape=mxgraph.cisco.computers_and_peripherals.printer;fontFamily=Helvetica;fontSize=11;fontColor=default;labelBackgroundColor=default;" value="Printer" vertex="1">
          <mxGeometry height="20" width="53.53" x="158.23" y="114.87" as="geometry" />
        </mxCell>
        <mxCell id="mVMcnRNJooNBmQ9YAk_B-87" edge="1" parent="mVMcnRNJooNBmQ9YAk_B-79" source="mVMcnRNJooNBmQ9YAk_B-86" style="edgeStyle=none;shape=connector;rounded=0;orthogonalLoop=1;jettySize=auto;html=1;entryX=0.87;entryY=0.74;entryDx=0;entryDy=0;entryPerimeter=0;strokeColor=default;align=center;verticalAlign=middle;fontFamily=Helvetica;fontSize=11;fontColor=default;labelBackgroundColor=default;endArrow=none;endFill=0;" target="mVMcnRNJooNBmQ9YAk_B-80">
          <mxGeometry relative="1" as="geometry" />
        </mxCell>
        <mxCell id="mVMcnRNJooNBmQ9YAk_B-88" parent="f7Ks8EoNQ2PZTetNXwv1-2513" style="swimlane;whiteSpace=wrap;html=1;align=left;fillColor=#dae8fc;strokeColor=#6c8ebf;" value="&lt;div align=&quot;left&quot;&gt;Sous-réseau D (2 hosts, 1 GW)&lt;/div&gt;" vertex="1">
          <mxGeometry height="210" width="220" x="480" y="280" as="geometry" />
        </mxCell>
        <mxCell id="mVMcnRNJooNBmQ9YAk_B-89" parent="mVMcnRNJooNBmQ9YAk_B-88" style="strokeColor=#ffffff;sketch=0;html=1;pointerEvents=1;dashed=0;fillColor=#036897;strokeWidth=2;verticalLabelPosition=middle;verticalAlign=middle;align=right;outlineConnect=0;shape=mxgraph.cisco.switches.workgroup_switch;labelPosition=left;" value="Switch" vertex="1">
          <mxGeometry height="34.65" width="70" x="75" y="40" as="geometry" />
        </mxCell>
        <mxCell id="mVMcnRNJooNBmQ9YAk_B-90" edge="1" parent="mVMcnRNJooNBmQ9YAk_B-88" source="mVMcnRNJooNBmQ9YAk_B-91" style="edgeStyle=none;shape=connector;rounded=0;orthogonalLoop=1;jettySize=auto;html=1;strokeColor=default;align=center;verticalAlign=middle;fontFamily=Helvetica;fontSize=11;fontColor=default;labelBackgroundColor=default;endArrow=none;endFill=0;" target="mVMcnRNJooNBmQ9YAk_B-89">
          <mxGeometry relative="1" as="geometry" />
        </mxCell>
        <mxCell id="mVMcnRNJooNBmQ9YAk_B-91" parent="mVMcnRNJooNBmQ9YAk_B-88" style="strokeColor=#ffffff;sketch=0;html=1;pointerEvents=1;dashed=0;fillColor=#036897;strokeWidth=2;verticalLabelPosition=bottom;verticalAlign=top;align=center;outlineConnect=0;shape=mxgraph.cisco.servers.fileserver;fontFamily=Helvetica;fontSize=11;fontColor=default;labelBackgroundColor=default;" value="Server" vertex="1">
          <mxGeometry height="42" width="29.13" x="60" y="92.87" as="geometry" />
        </mxCell>
        <mxCell id="mVMcnRNJooNBmQ9YAk_B-92" parent="mVMcnRNJooNBmQ9YAk_B-88" style="strokeColor=#ffffff;sketch=0;html=1;pointerEvents=1;dashed=0;fillColor=#036897;strokeWidth=2;verticalLabelPosition=bottom;verticalAlign=top;align=center;outlineConnect=0;shape=mxgraph.cisco.servers.fileserver;fontFamily=Helvetica;fontSize=11;fontColor=default;labelBackgroundColor=default;" value="Server" vertex="1">
          <mxGeometry height="42" width="29.13" x="120" y="92.87" as="geometry" />
        </mxCell>
        <mxCell id="mVMcnRNJooNBmQ9YAk_B-93" edge="1" parent="mVMcnRNJooNBmQ9YAk_B-88" source="mVMcnRNJooNBmQ9YAk_B-92" style="edgeStyle=none;shape=connector;rounded=0;orthogonalLoop=1;jettySize=auto;html=1;entryX=0.5;entryY=0.98;entryDx=0;entryDy=0;entryPerimeter=0;strokeColor=default;align=center;verticalAlign=middle;fontFamily=Helvetica;fontSize=11;fontColor=default;labelBackgroundColor=default;endArrow=none;endFill=0;" target="mVMcnRNJooNBmQ9YAk_B-89">
          <mxGeometry relative="1" as="geometry" />
        </mxCell>
        <mxCell id="f7Ks8EoNQ2PZTetNXwv1-2549" edge="1" parent="1" source="mVMcnRNJooNBmQ9YAk_B-94" style="rounded=0;orthogonalLoop=1;jettySize=auto;html=1;entryX=0.16;entryY=0.55;entryDx=0;entryDy=0;entryPerimeter=0;strokeColor=default;endArrow=none;endFill=0;exitX=1;exitY=0;exitDx=0;exitDy=0;exitPerimeter=0;" target="f7Ks8EoNQ2PZTetNXwv1-2496">
          <mxGeometry relative="1" as="geometry" />
        </mxCell>
        <mxCell id="f7Ks8EoNQ2PZTetNXwv1-2551" edge="1" parent="1" source="mVMcnRNJooNBmQ9YAk_B-6" style="rounded=0;orthogonalLoop=1;jettySize=auto;html=1;entryX=0.96;entryY=0.7;entryDx=0;entryDy=0;entryPerimeter=0;endArrow=none;endFill=0;exitX=0.5;exitY=0;exitDx=0;exitDy=0;exitPerimeter=0;" target="f7Ks8EoNQ2PZTetNXwv1-2496">
          <mxGeometry relative="1" as="geometry">
            <mxPoint x="960.5961685823756" y="250" as="sourcePoint" />
          </mxGeometry>
        </mxCell>
        <mxCell id="mVMcnRNJooNBmQ9YAk_B-101" parent="1" style="text;html=1;whiteSpace=wrap;strokeColor=none;fillColor=none;align=center;verticalAlign=middle;rounded=0;fontFamily=Helvetica;fontSize=11;fontColor=default;labelBackgroundColor=default;" value="Bureau RH" vertex="1">
          <mxGeometry height="30" width="80" x="880" y="660" as="geometry" />
        </mxCell>
        <mxCell id="mVMcnRNJooNBmQ9YAk_B-102" parent="1" style="text;html=1;whiteSpace=wrap;strokeColor=none;fillColor=none;align=center;verticalAlign=middle;rounded=0;fontFamily=Helvetica;fontSize=11;fontColor=default;labelBackgroundColor=default;" value="Salle serveurs" vertex="1">
          <mxGeometry height="30" width="100" x="1110" y="660" as="geometry" />
        </mxCell>
      </root>
    </mxGraphModel>
  </diagram>
</mxfile>
